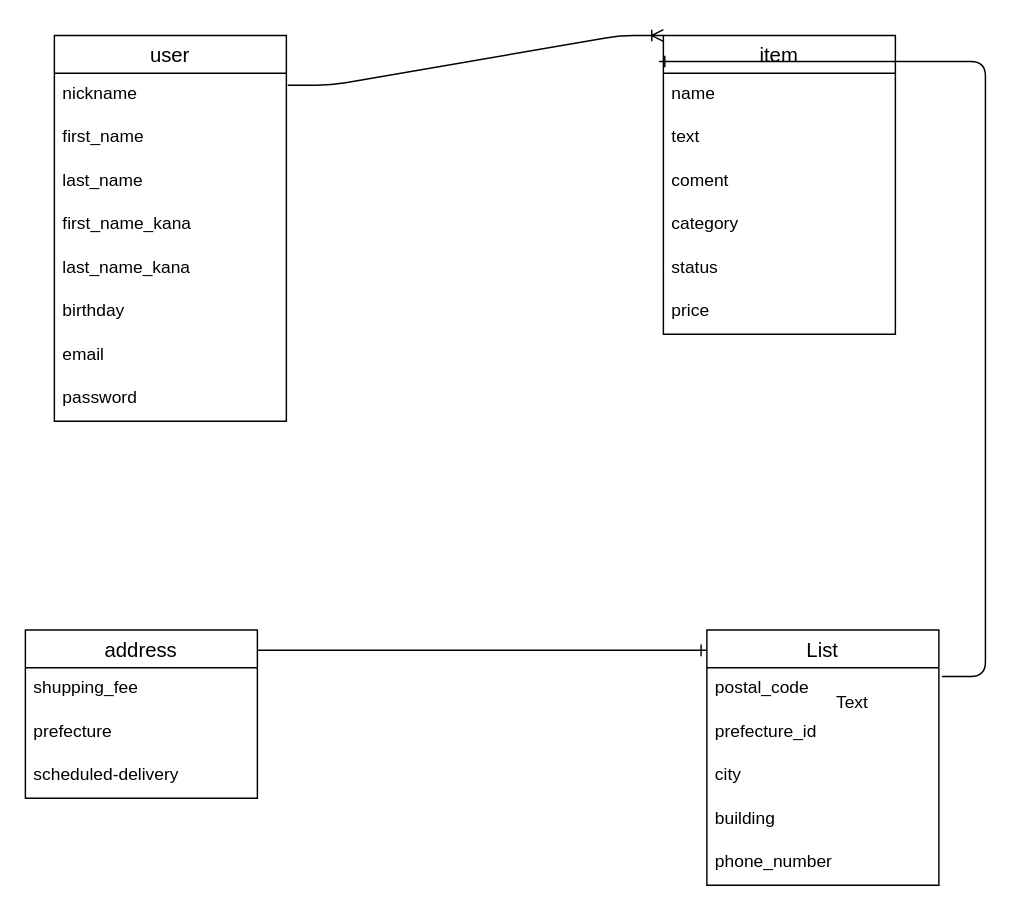
This is test.dio from hiroki1600/furima--28131-, a draw.io file, before an edit. Source tidied: cells renumbered, new cells numbered last; positions are measured from the earlier drawing's top-left corner, leaving out a move shared by most shapes. Both pictures are drawn from the tidied source at 145%, with x=0, y=0 at pixel (25, 35).
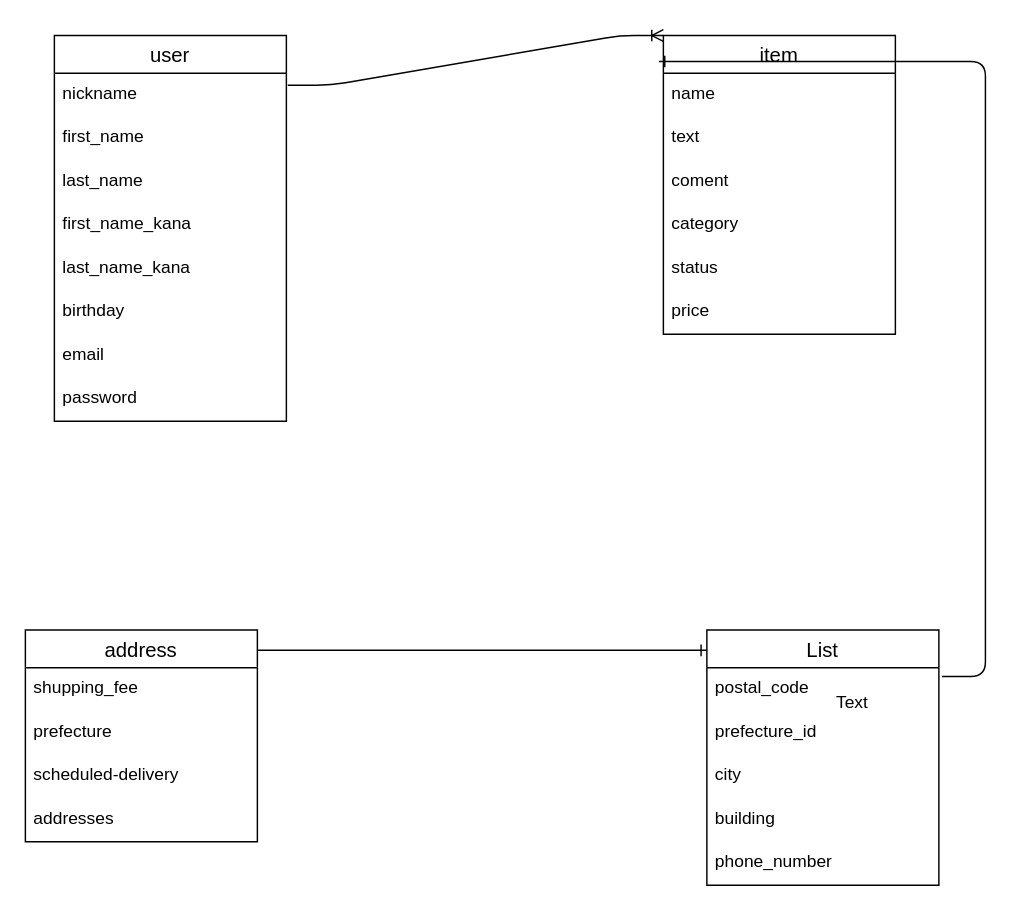
Above is the later version.

Diff of the diagram source:
```diff
@@
     <mxCell id="21" value="address" style="swimlane;fontStyle=0;horizontal=1;startSize=26;align=center;fontSize=14;" parent="1" vertex="1">
-      <mxGeometry y="410" width="160" height="116" as="geometry" />
+      <mxGeometry y="410" width="160" height="146" as="geometry" />
     </mxCell>
@@
+    <mxCell id="32" value="addresses" style="text;strokeColor=none;fillColor=none;spacingLeft=4;spacingRight=4;overflow=hidden;fontSize=12;" parent="21" vertex="1">
+      <mxGeometry y="116" width="160" height="30" as="geometry" />
+    </mxCell>
```
